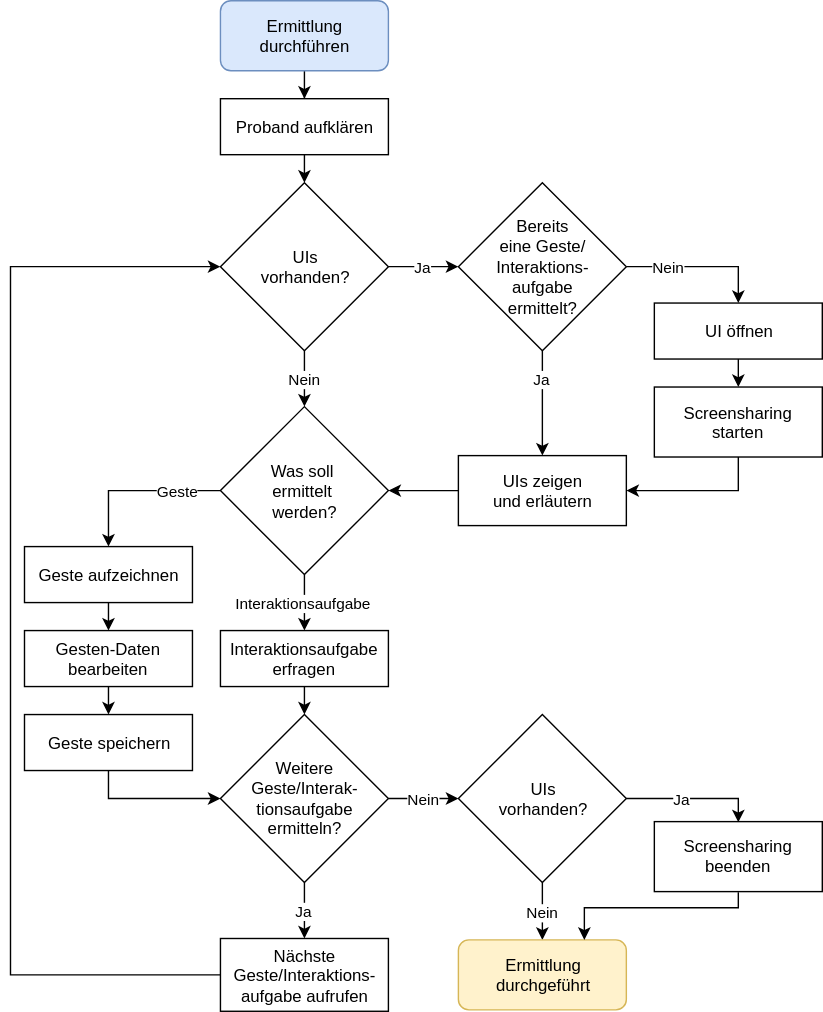
Above: img/de/introduction/study-preview/elicitation.svg in danielkuenkel/gesturenote (draw.io), before the change. Source tidied: cells renumbered, new cells last; positions are measured from the earlier drawing's top-left corner, leaving out a move shared by most shapes.
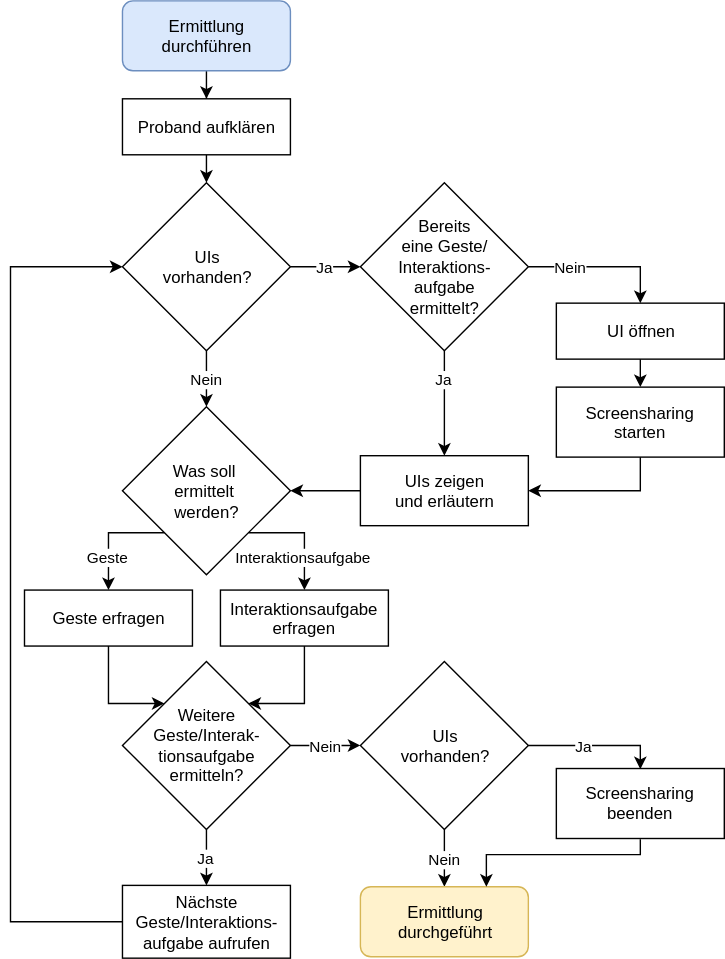
The same file after the commit.

The edit, as a diff of the source:
```diff
@@ -48,12 +48,12 @@
       <mxGeometry relative="1" as="geometry" />
     </mxCell>
     <mxCell id="17" value="Weitere&lt;div&gt;Geste/Interak-&lt;/div&gt;&lt;div&gt;tionsaufgabe&lt;/div&gt;&lt;div&gt;ermitteln?&lt;/div&gt;" style="rhombus;whiteSpace=wrap;html=1;" parent="1" vertex="1">
-      <mxGeometry x="150" y="510" width="120" height="120" as="geometry" />
+      <mxGeometry x="150" y="472" width="120" height="120" as="geometry" />
     </mxCell>
     <mxCell id="18" value="Ja" style="edgeStyle=orthogonalEdgeStyle;rounded=0;comic=0;html=1;exitX=1;exitY=0.5;entryX=0.5;entryY=0;shadow=0;jettySize=auto;" parent="1" edge="1" source="20" target="23">
       <mxGeometry x="-0.18" relative="1" as="geometry">
         <Array as="points">
-          <mxPoint x="520" y="570" />
+          <mxPoint x="520" y="532" />
         </Array>
       </mxGeometry>
     </mxCell>
@@ -61,32 +61,32 @@
       <mxGeometry relative="1" as="geometry" />
     </mxCell>
     <mxCell id="20" value="UIs&lt;div&gt;vorhanden?&lt;/div&gt;" style="rhombus;whiteSpace=wrap;html=1;" parent="1" vertex="1">
-      <mxGeometry x="320" y="510" width="120" height="120" as="geometry" />
+      <mxGeometry x="320" y="472" width="120" height="120" as="geometry" />
     </mxCell>
     <mxCell id="21" value="Ermittlung&lt;div&gt;durchgeführt&lt;/div&gt;" style="rounded=1;whiteSpace=wrap;html=1;fillColor=#fff2cc;strokeColor=#d6b656;" parent="1" vertex="1">
-      <mxGeometry x="320" y="671" width="120" height="50" as="geometry" />
+      <mxGeometry x="320" y="633" width="120" height="50" as="geometry" />
     </mxCell>
     <mxCell id="22" style="edgeStyle=orthogonalEdgeStyle;rounded=0;comic=0;html=1;exitX=0.5;exitY=1;entryX=0.75;entryY=0;shadow=0;jettySize=auto;" parent="1" edge="1" source="23" target="21">
       <mxGeometry relative="1" as="geometry">
         <Array as="points">
-          <mxPoint x="520" y="648" />
-          <mxPoint x="410" y="648" />
+          <mxPoint x="520" y="610" />
+          <mxPoint x="410" y="610" />
         </Array>
       </mxGeometry>
     </mxCell>
     <mxCell id="23" value="Screensharing beenden" style="rounded=0;whiteSpace=wrap;html=1;" parent="1" vertex="1">
-      <mxGeometry x="460" y="586.5" width="120" height="50" as="geometry" />
+      <mxGeometry x="460" y="548.5" width="120" height="50" as="geometry" />
     </mxCell>
     <mxCell id="24" style="edgeStyle=orthogonalEdgeStyle;rounded=0;comic=0;html=1;exitX=0;exitY=0.5;entryX=0;entryY=0.5;shadow=0;jettySize=auto;" parent="1" edge="1" source="25" target="8">
       <mxGeometry relative="1" as="geometry">
         <Array as="points">
-          <mxPoint y="696" />
-          <mxPoint y="190" />
+          <mxPoint x="70" y="658" />
+          <mxPoint x="70" y="190" />
         </Array>
       </mxGeometry>
     </mxCell>
     <mxCell id="25" value="Nächste&lt;div&gt;Geste/Interaktions-&lt;/div&gt;&lt;div&gt;aufgabe aufrufen&lt;/div&gt;" style="rounded=0;whiteSpace=wrap;html=1;" parent="1" vertex="1">
-      <mxGeometry x="150" y="670" width="120" height="52" as="geometry" />
+      <mxGeometry x="150" y="632" width="120" height="52" as="geometry" />
     </mxCell>
     <mxCell id="26" value="Nein" style="edgeStyle=orthogonalEdgeStyle;rounded=0;comic=0;html=1;exitX=1;exitY=0.5;entryX=0.5;entryY=0;shadow=0;jettySize=auto;" parent="1" edge="1" source="28" target="10">
       <mxGeometry x="-0.43" relative="1" as="geometry">
@@ -106,42 +106,42 @@
     <mxCell id="28" value="Bereits &lt;br&gt;eine Geste/&lt;br&gt;&lt;div&gt;Interaktions-&lt;/div&gt;&lt;div&gt;aufgabe&lt;/div&gt;&lt;div&gt;ermittelt?&lt;/div&gt;" style="rhombus;whiteSpace=wrap;html=1;" parent="1" vertex="1">
       <mxGeometry x="320" y="130" width="120" height="120" as="geometry" />
     </mxCell>
-    <mxCell id="29" value="Geste" style="edgeStyle=orthogonalEdgeStyle;rounded=0;comic=0;html=1;exitX=0;exitY=0.5;shadow=0;jettySize=auto;entryX=0.5;entryY=0;" parent="1" edge="1" source="31" target="33">
-      <mxGeometry x="-0.5" relative="1" as="geometry">
+    <mxCell id="29" value="Geste" style="edgeStyle=orthogonalEdgeStyle;rounded=0;comic=0;html=1;exitX=0;exitY=1;shadow=0;jettySize=auto;entryX=0.5;entryY=0;entryDx=0;entryDy=0;exitDx=0;exitDy=0;" parent="1" edge="1" source="31" target="37">
+      <mxGeometry x="0.42" relative="1" as="geometry">
         <Array as="points">
-          <mxPoint x="70" y="350" />
+          <mxPoint x="140" y="380" />
         </Array>
       </mxGeometry>
     </mxCell>
-    <mxCell id="30" value="Interaktionsaufgabe" style="edgeStyle=orthogonalEdgeStyle;rounded=0;comic=0;html=1;exitX=0.5;exitY=1;entryX=0.5;entryY=0;shadow=0;jettySize=auto;" parent="1" edge="1" source="31" target="35">
-      <mxGeometry relative="1" as="geometry" />
+    <mxCell id="30" value="Interaktionsaufgabe" style="edgeStyle=orthogonalEdgeStyle;rounded=0;comic=0;html=1;exitX=1;exitY=1;entryX=0.5;entryY=0;shadow=0;jettySize=auto;exitDx=0;exitDy=0;" parent="1" edge="1" source="31" target="35">
+      <mxGeometry x="0.42" relative="1" as="geometry">
+        <Array as="points">
+          <mxPoint x="280" y="380" />
+        </Array>
+      </mxGeometry>
     </mxCell>
     <mxCell id="31" value="Was soll&amp;nbsp;&lt;div&gt;ermittelt&amp;nbsp;&lt;/div&gt;&lt;div&gt;werden?&lt;/div&gt;" style="rhombus;whiteSpace=wrap;html=1;" parent="1" vertex="1">
       <mxGeometry x="150" y="290" width="120" height="120" as="geometry" />
     </mxCell>
-    <mxCell id="32" style="edgeStyle=orthogonalEdgeStyle;rounded=0;comic=0;html=1;exitX=0.5;exitY=1;entryX=0.5;entryY=0;shadow=0;jettySize=auto;" parent="1" edge="1" source="33" target="37">
-      <mxGeometry relative="1" as="geometry" />
-    </mxCell>
-    <mxCell id="33" value="Geste aufzeichnen" style="rounded=0;whiteSpace=wrap;html=1;" parent="1" vertex="1">
-      <mxGeometry x="10" y="390" width="120" height="40" as="geometry" />
-    </mxCell>
-    <mxCell id="34" style="edgeStyle=orthogonalEdgeStyle;rounded=0;comic=0;html=1;exitX=0.5;exitY=1;entryX=0.5;entryY=0;shadow=0;jettySize=auto;" parent="1" edge="1" source="35" target="17">
-      <mxGeometry relative="1" as="geometry" />
+    <mxCell id="34" style="edgeStyle=orthogonalEdgeStyle;rounded=0;comic=0;html=1;exitX=0.5;exitY=1;entryX=1;entryY=0;shadow=0;jettySize=auto;entryDx=0;entryDy=0;" parent="1" edge="1" source="35" target="17">
+      <mxGeometry relative="1" as="geometry">
+        <Array as="points">
+          <mxPoint x="280" y="502" />
+        </Array>
+      </mxGeometry>
     </mxCell>
     <mxCell id="35" value="Interaktionsaufgabe erfragen" style="rounded=0;whiteSpace=wrap;html=1;" parent="1" vertex="1">
-      <mxGeometry x="150" y="450" width="120" height="40" as="geometry" />
+      <mxGeometry x="220" y="421" width="120" height="40" as="geometry" />
     </mxCell>
-    <mxCell id="36" style="edgeStyle=orthogonalEdgeStyle;rounded=0;comic=0;html=1;exitX=0.5;exitY=1;entryX=0.5;entryY=0;shadow=0;jettySize=auto;" parent="1" edge="1" source="37" target="39">
-      <mxGeometry relative="1" as="geometry" />
-    </mxCell>
+    <mxCell id="40" style="edgeStyle=orthogonalEdgeStyle;rounded=0;jettySize=auto;html=1;exitX=0.5;exitY=1;exitDx=0;exitDy=0;entryX=0;entryY=0;entryDx=0;entryDy=0;" parent="1" edge="1" source="37" target="17">
+      <mxGeometry relative="1" as="geometry">
+        <Array as="points">
+          <mxPoint x="140" y="502" />
+        </Array>
+      </mxGeometry>
+    </mxCell>
-    <mxCell id="37" value="Gesten-Daten bearbeiten" style="rounded=0;whiteSpace=wrap;html=1;" parent="1" vertex="1">
-      <mxGeometry x="10" y="450" width="120" height="40" as="geometry" />
+    <mxCell id="37" value="Geste erfragen" style="rounded=0;whiteSpace=wrap;html=1;" parent="1" vertex="1">
+      <mxGeometry x="80" y="421" width="120" height="40" as="geometry" />
     </mxCell>
-    <mxCell id="38" style="edgeStyle=orthogonalEdgeStyle;rounded=0;comic=0;html=1;exitX=0.5;exitY=1;entryX=0;entryY=0.5;shadow=0;jettySize=auto;" parent="1" edge="1" source="39" target="17">
-      <mxGeometry relative="1" as="geometry" />
-    </mxCell>
-    <mxCell id="39" value="Geste speichern" style="rounded=0;whiteSpace=wrap;html=1;" parent="1" vertex="1">
-      <mxGeometry x="10" y="510" width="120" height="40" as="geometry" />
-    </mxCell>
   </root>
 </mxGraphModel>
```
